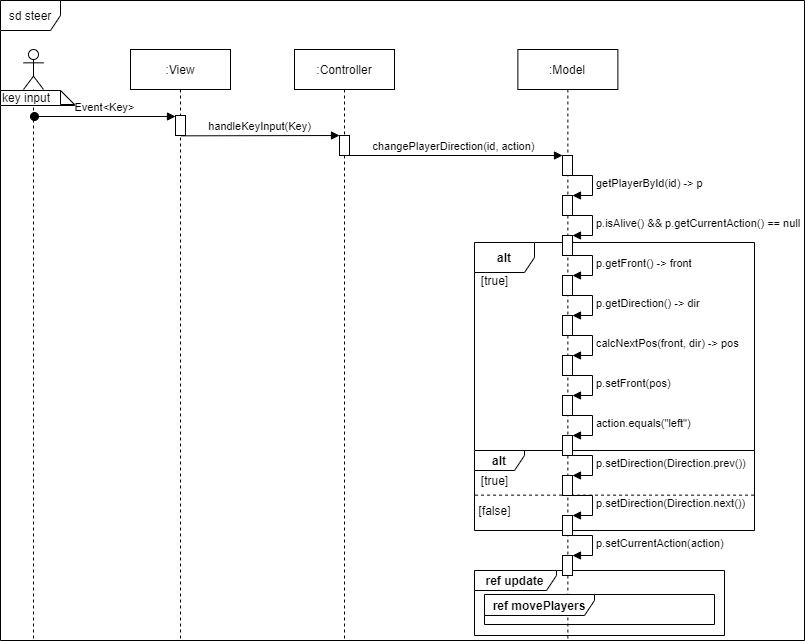
Before: Doku/images/SD_UC4Steer.png, a diagram exported from draw.io (KjellooMelloo/gameoftrons). Source tidied: cells renumbered, new cells last; positions are measured from the earlier drawing's top-left corner, leaving out a move shared by most shapes.
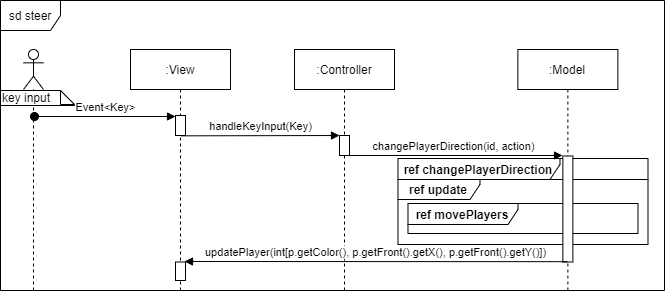
After the commit.

Change to the diagram source:
```diff
@@ -2,180 +2,63 @@
   <root>
     <mxCell id="0" />
     <mxCell id="1" parent="0" />
-    <mxCell id="2" style="endArrow=none;dashed=1;html=1;exitX=0.002;exitY=0.508;exitDx=0;exitDy=0;exitPerimeter=0;entryX=1.002;entryY=0.508;entryDx=0;entryDy=0;entryPerimeter=0;" parent="1" edge="1">
-      <mxGeometry relative="1" as="geometry">
-        <mxPoint x="474.6" y="494.6" as="sourcePoint" />
-        <mxPoint x="754.6" y="494.6" as="targetPoint" />
-      </mxGeometry>
+    <mxCell id="2" value="sd steer" style="shape=umlFrame;whiteSpace=wrap;html=1;fillColor=#ffffff;" parent="1" vertex="1">
+      <mxGeometry width="664" height="290" as="geometry" />
     </mxCell>
-    <mxCell id="3" value="sd steer" style="shape=umlFrame;whiteSpace=wrap;html=1;fillColor=#ffffff;" parent="1" vertex="1">
-      <mxGeometry width="804" height="640" as="geometry" />
+    <mxCell id="3" value=":Model" style="shape=umlLifeline;perimeter=lifelinePerimeter;whiteSpace=wrap;html=1;" parent="1" vertex="1">
+      <mxGeometry x="517.4" y="49" width="100" height="241" as="geometry" />
     </mxCell>
-    <mxCell id="4" value="&lt;b&gt;alt&lt;/b&gt;" style="shape=umlFrame;whiteSpace=wrap;html=1;" parent="1" vertex="1">
-      <mxGeometry x="474" y="242" width="280" height="208" as="geometry" />
+    <mxCell id="4" value="&lt;b&gt;ref update&lt;/b&gt;" style="shape=umlFrame;whiteSpace=wrap;html=1;fillColor=#ffffff;width=82;height=20;" parent="1" vertex="1">
+      <mxGeometry x="397.5" y="179" width="250" height="65" as="geometry" />
     </mxCell>
-    <mxCell id="5" value="&lt;b&gt;alt&lt;/b&gt;" style="shape=umlFrame;whiteSpace=wrap;html=1;width=50;height=20;" parent="1" vertex="1">
-      <mxGeometry x="474" y="450" width="280" height="80" as="geometry" />
+    <mxCell id="5" value="&lt;b&gt;ref movePlayers&lt;/b&gt;" style="shape=umlFrame;whiteSpace=wrap;html=1;fillColor=#ffffff;width=110;height=21;" parent="1" vertex="1">
+      <mxGeometry x="407.5" y="203" width="230" height="30" as="geometry" />
     </mxCell>
-    <mxCell id="6" value="&lt;b&gt;ref update&lt;/b&gt;" style="shape=umlFrame;whiteSpace=wrap;html=1;fillColor=#ffffff;width=82;height=20;" parent="1" vertex="1">
-      <mxGeometry x="474" y="570" width="250" height="65" as="geometry" />
+    <mxCell id="6" value="&lt;b&gt;ref changePlayerDirection&lt;/b&gt;" style="shape=umlFrame;whiteSpace=wrap;html=1;fillColor=#ffffff;width=162;height=21;" parent="1" vertex="1">
+      <mxGeometry x="397.5" y="158" width="250" height="21" as="geometry" />
     </mxCell>
-    <mxCell id="7" value=":View" style="shape=umlLifeline;perimeter=lifelinePerimeter;whiteSpace=wrap;html=1;" parent="1" vertex="1">
-      <mxGeometry x="130" y="49" width="100" height="591" as="geometry" />
+    <mxCell id="7" style="html=1;perimeter=orthogonalPerimeter;" parent="1" vertex="1">
+      <mxGeometry x="562.4" y="155.5" width="10" height="106" as="geometry" />
     </mxCell>
-    <mxCell id="8" style="html=1;points=[];perimeter=orthogonalPerimeter;" parent="7" vertex="1">
-      <mxGeometry x="45" y="66" width="10" height="20" as="geometry" />
+    <mxCell id="8" value=":View" style="shape=umlLifeline;perimeter=lifelinePerimeter;whiteSpace=wrap;html=1;outlineConnect=0;" parent="1" vertex="1">
+      <mxGeometry x="130" y="49" width="100" height="241" as="geometry" />
     </mxCell>
-    <mxCell id="9" style="shape=umlLifeline;participant=umlActor;perimeter=lifelinePerimeter;whiteSpace=wrap;html=1;verticalAlign=top;spacingTop=36;labelBackgroundColor=#ffffff;outlineConnect=0;" parent="1" vertex="1">
-      <mxGeometry x="23" y="49" width="20" height="591" as="geometry" />
+    <mxCell id="9" style="html=1;points=[];perimeter=orthogonalPerimeter;" parent="8" vertex="1">
+      <mxGeometry x="45" y="66" width="10" height="20" as="geometry" />
     </mxCell>
-    <mxCell id="10" value=":Controller" style="shape=umlLifeline;perimeter=lifelinePerimeter;whiteSpace=wrap;html=1;outlineConnect=0;" parent="1" vertex="1">
-      <mxGeometry x="294" y="49" width="100" height="591" as="geometry" />
+    <mxCell id="10" style="shape=umlLifeline;participant=umlActor;perimeter=lifelinePerimeter;whiteSpace=wrap;html=1;verticalAlign=top;spacingTop=36;labelBackgroundColor=#ffffff;outlineConnect=0;" parent="1" vertex="1">
+      <mxGeometry x="23" y="49" width="20" height="241" as="geometry" />
     </mxCell>
-    <mxCell id="11" style="html=1;points=[];perimeter=orthogonalPerimeter;" parent="10" vertex="1">
-      <mxGeometry x="45" y="86" width="10" height="20" as="geometry" />
+    <mxCell id="11" value=":Controller" style="shape=umlLifeline;perimeter=lifelinePerimeter;whiteSpace=wrap;html=1;outlineConnect=0;" parent="1" vertex="1">
+      <mxGeometry x="294" y="49" width="100" height="241" as="geometry" />
     </mxCell>
-    <mxCell id="12" value=":Model" style="shape=umlLifeline;perimeter=lifelinePerimeter;whiteSpace=wrap;html=1;outlineConnect=0;" parent="1" vertex="1">
-      <mxGeometry x="517.4" y="49" width="100" height="591" as="geometry" />
+    <mxCell id="12" style="html=1;points=[];perimeter=orthogonalPerimeter;" parent="11" vertex="1">
+      <mxGeometry x="45" y="86" width="10" height="20" as="geometry" />
     </mxCell>
-    <mxCell id="13" style="html=1;points=[];perimeter=orthogonalPerimeter;" parent="12" vertex="1">
-      <mxGeometry x="44.6" y="106" width="10" height="20" as="geometry" />
+    <mxCell id="13" value="key input" style="shape=note;whiteSpace=wrap;html=1;size=14;verticalAlign=top;align=left;spacingTop=-6;" parent="1" vertex="1">
+      <mxGeometry y="90" width="74" height="15" as="geometry" />
     </mxCell>
-    <mxCell id="14" style="html=1;points=[];perimeter=orthogonalPerimeter;" parent="12" vertex="1">
-      <mxGeometry x="44.6" y="146" width="10" height="20" as="geometry" />
+    <mxCell id="14" value="Event&amp;lt;Key&amp;gt;" style="html=1;verticalAlign=bottom;startArrow=oval;endArrow=block;startSize=8;" parent="1" edge="1" target="9">
+      <mxGeometry relative="1" as="geometry">
+        <mxPoint x="34" y="116" as="sourcePoint" />
+      </mxGeometry>
     </mxCell>
-    <mxCell id="15" value="getPlayerById(id) -&amp;gt; p" style="edgeStyle=orthogonalEdgeStyle;html=1;align=left;spacingLeft=2;endArrow=block;rounded=0;entryX=1;entryY=0;" parent="12" edge="1" target="14">
-      <mxGeometry relative="1" as="geometry">
-        <mxPoint x="49.6" y="126" as="sourcePoint" />
-        <Array as="points">
-          <mxPoint x="74.6" y="126" />
-        </Array>
-      </mxGeometry>
+    <mxCell id="15" value="handleKeyInput(Key)" style="html=1;verticalAlign=bottom;endArrow=block;entryX=0;entryY=0;exitX=0.567;exitY=1.017;exitDx=0;exitDy=0;exitPerimeter=0;" parent="1" edge="1" source="9" target="12">
+      <mxGeometry relative="1" as="geometry" />
     </mxCell>
-    <mxCell id="16" style="html=1;points=[];perimeter=orthogonalPerimeter;" parent="12" vertex="1">
-      <mxGeometry x="44.6" y="186" width="10" height="20" as="geometry" />
+    <mxCell id="16" value="changePlayerDirection(id, action)" style="html=1;verticalAlign=bottom;endArrow=block;entryX=0;entryY=0;" parent="1" edge="1" source="11">
+      <mxGeometry relative="1" as="geometry">
+        <mxPoint x="562" y="155" as="targetPoint" />
+      </mxGeometry>
     </mxCell>
-    <mxCell id="17" value="p.isAlive() &amp;amp;&amp;amp; p.getCurrentAction() == null" style="edgeStyle=orthogonalEdgeStyle;html=1;align=left;spacingLeft=2;endArrow=block;rounded=0;entryX=1;entryY=0;" parent="12" edge="1" target="16">
-      <mxGeometry relative="1" as="geometry">
-        <mxPoint x="49.6" y="166" as="sourcePoint" />
-        <Array as="points">
-          <mxPoint x="74.6" y="166" />
-        </Array>
-      </mxGeometry>
+    <mxCell id="17" style="html=1;perimeter=orthogonalPerimeter;" parent="1" vertex="1">
+      <mxGeometry x="175" y="261.5" width="10" height="18.5" as="geometry" />
     </mxCell>
-    <mxCell id="18" style="html=1;points=[];perimeter=orthogonalPerimeter;" parent="12" vertex="1">
-      <mxGeometry x="44.6" y="266" width="10" height="20" as="geometry" />
+    <mxCell id="18" value="updatePlayer(int[p.getColor(), p.getFront().getX(), p.getFront().getY()])" style="html=1;verticalAlign=bottom;endArrow=none;startArrow=block;startFill=1;endFill=0;" parent="1" edge="1">
+      <mxGeometry relative="1" as="geometry">
+        <mxPoint x="184" y="261" as="sourcePoint" />
+        <mxPoint x="566.9" y="261.2" as="targetPoint" />
+      </mxGeometry>
     </mxCell>
-    <mxCell id="19" value="p.getDirection() -&amp;gt; dir" style="edgeStyle=orthogonalEdgeStyle;html=1;align=left;spacingLeft=2;endArrow=block;rounded=0;entryX=1;entryY=0;" parent="12" edge="1" target="18">
-      <mxGeometry relative="1" as="geometry">
-        <mxPoint x="49.6" y="246" as="sourcePoint" />
-        <Array as="points">
-          <mxPoint x="74.6" y="246" />
-        </Array>
-      </mxGeometry>
-    </mxCell>
-    <mxCell id="20" style="html=1;points=[];perimeter=orthogonalPerimeter;" parent="12" vertex="1">
-      <mxGeometry x="44.6" y="346" width="10" height="20" as="geometry" />
-    </mxCell>
-    <mxCell id="21" value="p.setFront(pos)" style="edgeStyle=orthogonalEdgeStyle;html=1;align=left;spacingLeft=2;endArrow=block;rounded=0;entryX=1;entryY=0;" parent="12" edge="1" target="20">
-      <mxGeometry relative="1" as="geometry">
-        <mxPoint x="49.6" y="326" as="sourcePoint" />
-        <Array as="points">
-          <mxPoint x="74.6" y="326" />
-        </Array>
-      </mxGeometry>
-    </mxCell>
-    <mxCell id="22" style="html=1;points=[];perimeter=orthogonalPerimeter;" parent="12" vertex="1">
-      <mxGeometry x="44.6" y="426" width="10" height="20" as="geometry" />
-    </mxCell>
-    <mxCell id="23" value="p.setDirection(Direction.prev())" style="edgeStyle=orthogonalEdgeStyle;html=1;align=left;spacingLeft=2;endArrow=block;rounded=0;entryX=1;entryY=0;" parent="12" edge="1" target="22">
-      <mxGeometry relative="1" as="geometry">
-        <mxPoint x="49.6" y="406" as="sourcePoint" />
-        <Array as="points">
-          <mxPoint x="74.6" y="406" />
-        </Array>
-      </mxGeometry>
-    </mxCell>
-    <mxCell id="24" style="html=1;points=[];perimeter=orthogonalPerimeter;" parent="12" vertex="1">
-      <mxGeometry x="44.6" y="506" width="10" height="20" as="geometry" />
-    </mxCell>
-    <mxCell id="25" value="p.setCurrentAction(action)" style="edgeStyle=orthogonalEdgeStyle;html=1;align=left;spacingLeft=2;endArrow=block;rounded=0;entryX=1;entryY=0;" parent="12" edge="1" target="24">
-      <mxGeometry relative="1" as="geometry">
-        <mxPoint x="49.6" y="486" as="sourcePoint" />
-        <Array as="points">
-          <mxPoint x="74.6" y="486" />
-        </Array>
-      </mxGeometry>
-    </mxCell>
-    <mxCell id="26" style="html=1;points=[];perimeter=orthogonalPerimeter;" parent="12" vertex="1">
-      <mxGeometry x="44.6" y="306" width="10" height="20" as="geometry" />
-    </mxCell>
-    <mxCell id="27" value="calcNextPos(front, dir) -&amp;gt; pos" style="edgeStyle=orthogonalEdgeStyle;html=1;align=left;spacingLeft=2;endArrow=block;rounded=0;entryX=1;entryY=0;" parent="12" edge="1" target="26">
-      <mxGeometry relative="1" as="geometry">
-        <mxPoint x="49.6" y="286" as="sourcePoint" />
-        <Array as="points">
-          <mxPoint x="74.6" y="286" />
-        </Array>
-      </mxGeometry>
-    </mxCell>
-    <mxCell id="28" style="html=1;points=[];perimeter=orthogonalPerimeter;" parent="12" vertex="1">
-      <mxGeometry x="44.6" y="386" width="10" height="20" as="geometry" />
-    </mxCell>
-    <mxCell id="29" value="action.equals(&quot;left&quot;)" style="edgeStyle=orthogonalEdgeStyle;html=1;align=left;spacingLeft=2;endArrow=block;rounded=0;entryX=1;entryY=0;" parent="12" edge="1" target="28">
-      <mxGeometry relative="1" as="geometry">
-        <mxPoint x="49.6" y="366" as="sourcePoint" />
-        <Array as="points">
-          <mxPoint x="74.6" y="366" />
-        </Array>
-      </mxGeometry>
-    </mxCell>
-    <mxCell id="30" style="html=1;points=[];perimeter=orthogonalPerimeter;" parent="12" vertex="1">
-      <mxGeometry x="44.6" y="466" width="10" height="20" as="geometry" />
-    </mxCell>
-    <mxCell id="31" value="p.setDirection(Direction.next())" style="edgeStyle=orthogonalEdgeStyle;html=1;align=left;spacingLeft=2;endArrow=block;rounded=0;entryX=1;entryY=0;" parent="12" edge="1" target="30">
-      <mxGeometry relative="1" as="geometry">
-        <mxPoint x="49.6" y="446" as="sourcePoint" />
-        <Array as="points">
-          <mxPoint x="74.6" y="446" />
-        </Array>
-      </mxGeometry>
-    </mxCell>
-    <mxCell id="32" value="key input" style="shape=note;whiteSpace=wrap;html=1;size=14;verticalAlign=top;align=left;spacingTop=-6;" parent="1" vertex="1">
-      <mxGeometry y="90" width="74" height="15" as="geometry" />
-    </mxCell>
-    <mxCell id="33" value="Event&amp;lt;Key&amp;gt;" style="html=1;verticalAlign=bottom;startArrow=oval;endArrow=block;startSize=8;" parent="1" edge="1" target="8">
-      <mxGeometry relative="1" as="geometry">
-        <mxPoint x="34" y="116" as="sourcePoint" />
-      </mxGeometry>
-    </mxCell>
-    <mxCell id="34" value="handleKeyInput(Key)" style="html=1;verticalAlign=bottom;endArrow=block;entryX=0;entryY=0;exitX=0.567;exitY=1.017;exitDx=0;exitDy=0;exitPerimeter=0;" parent="1" edge="1" source="8" target="11">
-      <mxGeometry relative="1" as="geometry" />
-    </mxCell>
-    <mxCell id="35" value="changePlayerDirection(id, action)" style="html=1;verticalAlign=bottom;endArrow=block;entryX=0;entryY=0;" parent="1" edge="1" source="10" target="13">
-      <mxGeometry relative="1" as="geometry" />
-    </mxCell>
-    <mxCell id="36" value="[true]" style="text;html=1;align=center;verticalAlign=middle;" parent="1" vertex="1">
-      <mxGeometry x="474" y="270" width="40" height="20" as="geometry" />
-    </mxCell>
-    <mxCell id="37" style="html=1;points=[];perimeter=orthogonalPerimeter;" parent="1" vertex="1">
-      <mxGeometry x="562" y="275" width="10" height="20" as="geometry" />
-    </mxCell>
-    <mxCell id="38" value="p.getFront() -&amp;gt; front" style="edgeStyle=orthogonalEdgeStyle;html=1;align=left;spacingLeft=2;endArrow=block;rounded=0;entryX=1;entryY=0;" parent="1" edge="1" target="37">
-      <mxGeometry relative="1" as="geometry">
-        <mxPoint x="567" y="255" as="sourcePoint" />
-        <Array as="points">
-          <mxPoint x="592" y="255" />
-        </Array>
-      </mxGeometry>
-    </mxCell>
-    <mxCell id="39" value="&lt;b&gt;ref movePlayers&lt;/b&gt;" style="shape=umlFrame;whiteSpace=wrap;html=1;fillColor=#ffffff;width=110;height=21;" parent="1" vertex="1">
-      <mxGeometry x="484" y="594" width="230" height="30" as="geometry" />
-    </mxCell>
-    <mxCell id="40" value="[true]" style="text;html=1;align=center;verticalAlign=middle;" parent="1" vertex="1">
-      <mxGeometry x="474" y="470" width="40" height="20" as="geometry" />
-    </mxCell>
-    <mxCell id="41" value="[false]" style="text;html=1;align=center;verticalAlign=middle;" parent="1" vertex="1">
-      <mxGeometry x="469" y="500" width="50" height="20" as="geometry" />
-    </mxCell>
   </root>
 </mxGraphModel>
```
